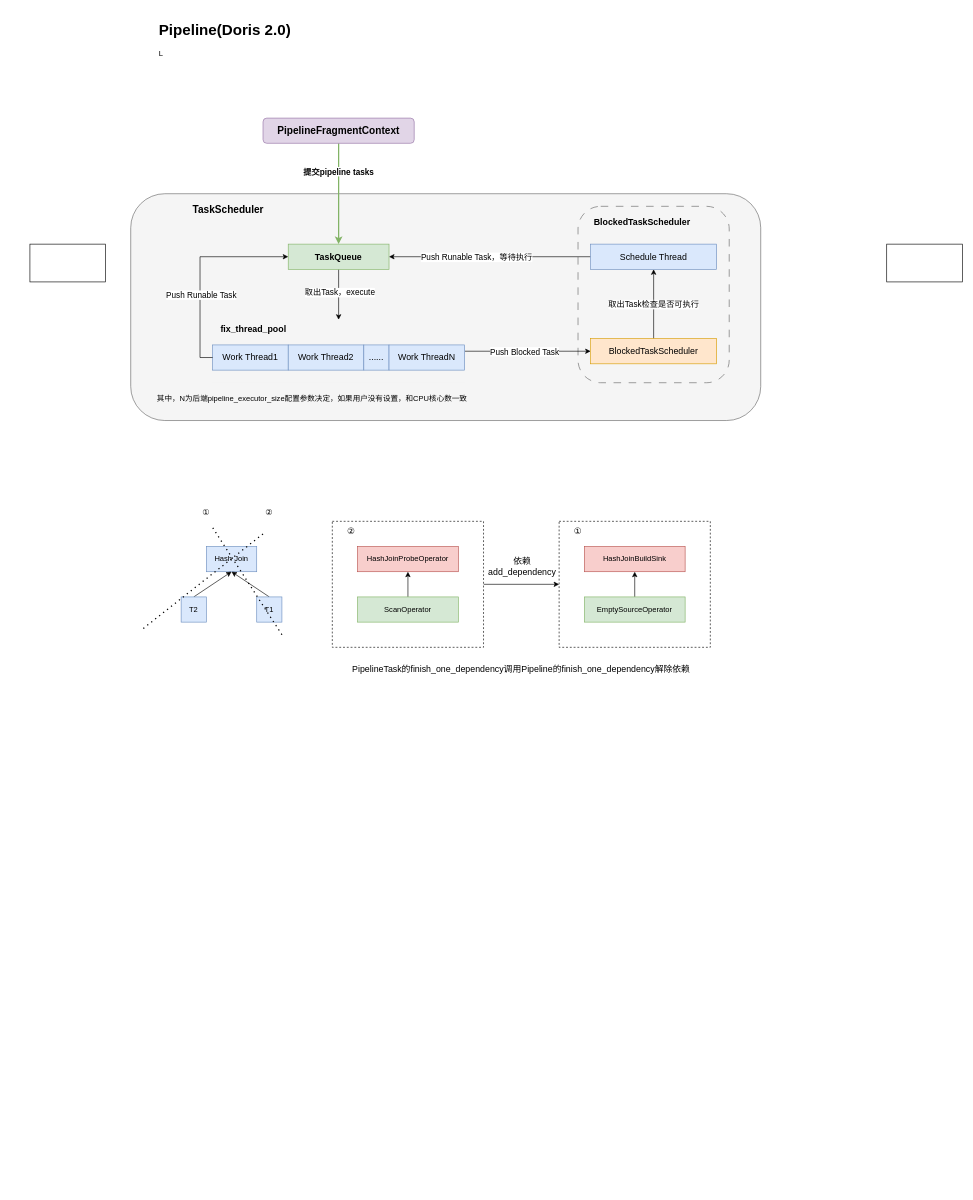
The draw.io diagram page "Doris" (13 of 13) of Draw.io/DB.drawio in DepInjoy/geektime, before the edit. Source tidied: cells renumbered, new cells numbered last; positions are measured from the earlier drawing's top-left corner, leaving out a move shared by most shapes. Both pictures are drawn from the tidied source at 63%, with x=0, y=0 at pixel (30, 17).
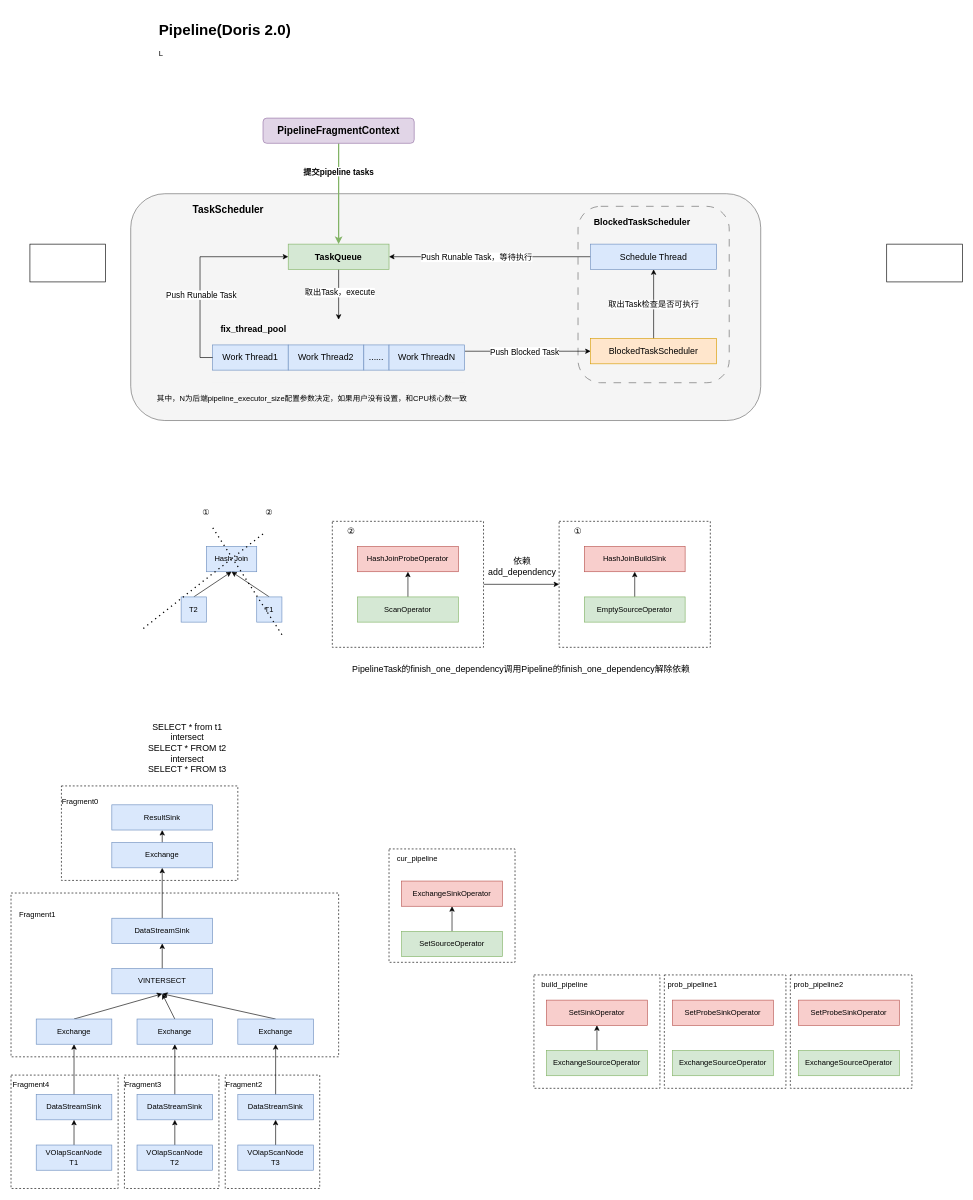
The same diagram, later.

Diff of the diagram source:
```diff
@@
+    <mxCell id="56" style="rounded=0;whiteSpace=wrap;html=1;dashed=1;" parent="1" vertex="1">
+      <mxGeometry x="570" y="1320" width="200" height="180" as="geometry" />
+    </mxCell>
+    <mxCell id="57" style="rounded=0;whiteSpace=wrap;html=1;dashed=1;" parent="1" vertex="1">
+      <mxGeometry x="1207" y="1520" width="193" height="180" as="geometry" />
+    </mxCell>
+    <mxCell id="58" style="rounded=0;whiteSpace=wrap;html=1;dashed=1;" parent="1" vertex="1">
+      <mxGeometry x="1007" y="1520" width="193" height="180" as="geometry" />
+    </mxCell>
+    <mxCell id="59" style="rounded=0;whiteSpace=wrap;html=1;dashed=1;" parent="1" vertex="1">
+      <mxGeometry x="800" y="1520" width="200" height="180" as="geometry" />
+    </mxCell>
+    <mxCell id="60" style="rounded=0;whiteSpace=wrap;html=1;dashed=1;" parent="1" vertex="1">
+      <mxGeometry x="50" y="1220" width="280" height="150" as="geometry" />
+    </mxCell>
+    <mxCell id="61" style="rounded=0;whiteSpace=wrap;html=1;dashed=1;" parent="1" vertex="1">
+      <mxGeometry x="310" y="1679" width="150" height="180" as="geometry" />
+    </mxCell>
+    <mxCell id="62" style="rounded=0;whiteSpace=wrap;html=1;dashed=1;" parent="1" vertex="1">
+      <mxGeometry x="150" y="1679" width="150" height="180" as="geometry" />
+    </mxCell>
+    <mxCell id="63" style="rounded=0;whiteSpace=wrap;html=1;dashed=1;" parent="1" vertex="1">
+      <mxGeometry x="-30" y="1390" width="520" height="260" as="geometry" />
+    </mxCell>
+    <mxCell id="64" style="rounded=0;whiteSpace=wrap;html=1;dashed=1;" parent="1" vertex="1">
+      <mxGeometry x="-30" y="1679" width="170" height="180" as="geometry" />
+    </mxCell>
@@
+    <mxCell id="65" style="edgeStyle=orthogonalEdgeStyle;rounded=0;jettySize=auto;html=1;exitX=0.5;exitY=0;exitDx=0;exitDy=0;" parent="1" edge="1" source="66" target="97">
+      <mxGeometry relative="1" as="geometry" />
+    </mxCell>
+    <mxCell id="66" value="VINTERSECT" style="rounded=0;whiteSpace=wrap;html=1;fillColor=#dae8fc;strokeColor=#6c8ebf;" parent="1" vertex="1">
+      <mxGeometry x="130" y="1510" width="160" height="40" as="geometry" />
+    </mxCell>
+    <mxCell id="67" style="edgeStyle=orthogonalEdgeStyle;rounded=0;jettySize=auto;html=1;exitX=0.5;exitY=0;exitDx=0;exitDy=0;entryX=0.5;entryY=1;entryDx=0;entryDy=0;" parent="1" edge="1" source="68" target="74">
+      <mxGeometry relative="1" as="geometry" />
+    </mxCell>
+    <mxCell id="68" value="DataStreamSink" style="rounded=0;whiteSpace=wrap;html=1;fillColor=#dae8fc;strokeColor=#6c8ebf;" parent="1" vertex="1">
+      <mxGeometry x="10" y="1710" width="120" height="40" as="geometry" />
+    </mxCell>
+    <mxCell id="69" style="rounded=0;jettySize=auto;html=1;exitX=0.5;exitY=0;exitDx=0;exitDy=0;" parent="1" edge="1" source="70">
+      <mxGeometry relative="1" as="geometry">
+        <mxPoint x="210" y="1550" as="targetPoint" />
+      </mxGeometry>
+    </mxCell>
+    <mxCell id="70" value="Exchange" style="rounded=0;whiteSpace=wrap;html=1;fillColor=#dae8fc;strokeColor=#6c8ebf;" parent="1" vertex="1">
+      <mxGeometry x="170" y="1590" width="120" height="40" as="geometry" />
+    </mxCell>
+    <mxCell id="71" style="rounded=0;jettySize=auto;html=1;exitX=0.5;exitY=0;exitDx=0;exitDy=0;entryX=0.5;entryY=1;entryDx=0;entryDy=0;" parent="1" edge="1" source="72" target="66">
+      <mxGeometry relative="1" as="geometry" />
+    </mxCell>
+    <mxCell id="72" value="Exchange" style="rounded=0;whiteSpace=wrap;html=1;fillColor=#dae8fc;strokeColor=#6c8ebf;" parent="1" vertex="1">
+      <mxGeometry x="330" y="1590" width="120" height="40" as="geometry" />
+    </mxCell>
+    <mxCell id="73" style="rounded=0;jettySize=auto;html=1;exitX=0.5;exitY=0;exitDx=0;exitDy=0;entryX=0.5;entryY=1;entryDx=0;entryDy=0;" parent="1" edge="1" source="74" target="66">
+      <mxGeometry relative="1" as="geometry" />
+    </mxCell>
+    <mxCell id="74" value="Exchange" style="rounded=0;whiteSpace=wrap;html=1;fillColor=#dae8fc;strokeColor=#6c8ebf;" parent="1" vertex="1">
+      <mxGeometry x="10" y="1590" width="120" height="40" as="geometry" />
+    </mxCell>
+    <mxCell id="75" style="edgeStyle=orthogonalEdgeStyle;rounded=0;jettySize=auto;html=1;exitX=0.5;exitY=0;exitDx=0;exitDy=0;entryX=0.5;entryY=1;entryDx=0;entryDy=0;" parent="1" edge="1" source="76" target="68">
+      <mxGeometry relative="1" as="geometry" />
+    </mxCell>
+    <mxCell id="76" value="VOlapScanNode&lt;br&gt;T1" style="rounded=0;whiteSpace=wrap;html=1;fillColor=#dae8fc;strokeColor=#6c8ebf;" parent="1" vertex="1">
+      <mxGeometry x="10" y="1790" width="120" height="40" as="geometry" />
+    </mxCell>
+    <mxCell id="77" style="edgeStyle=orthogonalEdgeStyle;rounded=0;jettySize=auto;html=1;exitX=0.5;exitY=0;exitDx=0;exitDy=0;entryX=0.5;entryY=1;entryDx=0;entryDy=0;" parent="1" edge="1" source="78" target="70">
+      <mxGeometry relative="1" as="geometry" />
+    </mxCell>
+    <mxCell id="78" value="DataStreamSink" style="rounded=0;whiteSpace=wrap;html=1;fillColor=#dae8fc;strokeColor=#6c8ebf;" parent="1" vertex="1">
+      <mxGeometry x="170" y="1710" width="120" height="40" as="geometry" />
+    </mxCell>
+    <mxCell id="79" style="edgeStyle=orthogonalEdgeStyle;rounded=0;jettySize=auto;html=1;exitX=0.5;exitY=0;exitDx=0;exitDy=0;" parent="1" edge="1" source="80" target="78">
+      <mxGeometry relative="1" as="geometry" />
+    </mxCell>
+    <mxCell id="80" value="VOlapScanNode&lt;br&gt;T2" style="rounded=0;whiteSpace=wrap;html=1;fillColor=#dae8fc;strokeColor=#6c8ebf;" parent="1" vertex="1">
+      <mxGeometry x="170" y="1790" width="120" height="40" as="geometry" />
+    </mxCell>
+    <mxCell id="81" style="edgeStyle=orthogonalEdgeStyle;rounded=0;jettySize=auto;html=1;exitX=0.5;exitY=0;exitDx=0;exitDy=0;" parent="1" edge="1" source="82" target="72">
+      <mxGeometry relative="1" as="geometry" />
+    </mxCell>
+    <mxCell id="82" value="DataStreamSink" style="rounded=0;whiteSpace=wrap;html=1;fillColor=#dae8fc;strokeColor=#6c8ebf;" parent="1" vertex="1">
+      <mxGeometry x="330" y="1710" width="120" height="40" as="geometry" />
+    </mxCell>
+    <mxCell id="83" style="edgeStyle=orthogonalEdgeStyle;rounded=0;jettySize=auto;html=1;exitX=0.5;exitY=0;exitDx=0;exitDy=0;entryX=0.5;entryY=1;entryDx=0;entryDy=0;" parent="1" edge="1" source="84" target="82">
+      <mxGeometry relative="1" as="geometry" />
+    </mxCell>
+    <mxCell id="84" value="VOlapScanNode&lt;br&gt;T3" style="rounded=0;whiteSpace=wrap;html=1;fillColor=#dae8fc;strokeColor=#6c8ebf;" parent="1" vertex="1">
+      <mxGeometry x="330" y="1790" width="120" height="40" as="geometry" />
+    </mxCell>
+    <mxCell id="85" value="Fragment0" style="text;html=1;strokeColor=none;fillColor=none;align=center;verticalAlign=middle;whiteSpace=wrap;rounded=0;" parent="1" vertex="1">
+      <mxGeometry x="50" y="1230" width="60" height="30" as="geometry" />
+    </mxCell>
+    <mxCell id="86" value="Fragment4" style="text;html=1;strokeColor=none;fillColor=none;align=center;verticalAlign=middle;whiteSpace=wrap;rounded=0;" parent="1" vertex="1">
+      <mxGeometry x="-28" y="1680" width="60" height="30" as="geometry" />
+    </mxCell>
+    <mxCell id="87" value="Fragment3" style="text;html=1;strokeColor=none;fillColor=none;align=center;verticalAlign=middle;whiteSpace=wrap;rounded=0;" parent="1" vertex="1">
+      <mxGeometry x="150" y="1679" width="60" height="30" as="geometry" />
+    </mxCell>
+    <mxCell id="88" value="Fragment2" style="text;html=1;strokeColor=none;fillColor=none;align=center;verticalAlign=middle;whiteSpace=wrap;rounded=0;" parent="1" vertex="1">
+      <mxGeometry x="310" y="1680" width="60" height="30" as="geometry" />
+    </mxCell>
+    <mxCell id="89" value="SetSinkOperator" style="rounded=0;whiteSpace=wrap;html=1;fillColor=#f8cecc;strokeColor=#b85450;" parent="1" vertex="1">
+      <mxGeometry x="820" y="1560" width="160" height="40" as="geometry" />
+    </mxCell>
+    <mxCell id="90" style="edgeStyle=orthogonalEdgeStyle;rounded=0;jettySize=auto;html=1;exitX=0.5;exitY=0;exitDx=0;exitDy=0;entryX=0.5;entryY=1;entryDx=0;entryDy=0;" parent="1" edge="1" source="91" target="89">
+      <mxGeometry relative="1" as="geometry" />
+    </mxCell>
+    <mxCell id="91" value="ExchangeSourceOperator" style="rounded=0;whiteSpace=wrap;html=1;fillColor=#d5e8d4;strokeColor=#82b366;" parent="1" vertex="1">
+      <mxGeometry x="820" y="1640" width="160" height="40" as="geometry" />
+    </mxCell>
+    <mxCell id="92" value="SetProbeSinkOperator" style="rounded=0;whiteSpace=wrap;html=1;fillColor=#f8cecc;strokeColor=#b85450;" parent="1" vertex="1">
+      <mxGeometry x="1020" y="1560" width="160" height="40" as="geometry" />
+    </mxCell>
+    <mxCell id="93" value="ExchangeSourceOperator" style="rounded=0;whiteSpace=wrap;html=1;fillColor=#d5e8d4;strokeColor=#82b366;" parent="1" vertex="1">
+      <mxGeometry x="1020" y="1640" width="160" height="40" as="geometry" />
+    </mxCell>
+    <mxCell id="94" value="SetProbeSinkOperator" style="rounded=0;whiteSpace=wrap;html=1;fillColor=#f8cecc;strokeColor=#b85450;" parent="1" vertex="1">
+      <mxGeometry x="1220" y="1560" width="160" height="40" as="geometry" />
+    </mxCell>
+    <mxCell id="95" value="ExchangeSourceOperator" style="rounded=0;whiteSpace=wrap;html=1;fillColor=#d5e8d4;strokeColor=#82b366;" parent="1" vertex="1">
+      <mxGeometry x="1220" y="1640" width="160" height="40" as="geometry" />
+    </mxCell>
+    <mxCell id="96" style="edgeStyle=orthogonalEdgeStyle;rounded=0;jettySize=auto;html=1;exitX=0.5;exitY=0;exitDx=0;exitDy=0;entryX=0.5;entryY=1;entryDx=0;entryDy=0;" parent="1" edge="1" source="97" target="99">
+      <mxGeometry relative="1" as="geometry" />
+    </mxCell>
+    <mxCell id="97" value="DataStreamSink" style="rounded=0;whiteSpace=wrap;html=1;fillColor=#dae8fc;strokeColor=#6c8ebf;" parent="1" vertex="1">
+      <mxGeometry x="130" y="1430" width="160" height="40" as="geometry" />
+    </mxCell>
+    <mxCell id="98" style="edgeStyle=orthogonalEdgeStyle;rounded=0;jettySize=auto;html=1;exitX=0.5;exitY=0;exitDx=0;exitDy=0;entryX=0.5;entryY=1;entryDx=0;entryDy=0;" parent="1" edge="1" source="99" target="100">
+      <mxGeometry relative="1" as="geometry" />
+    </mxCell>
+    <mxCell id="99" value="Exchange" style="rounded=0;whiteSpace=wrap;html=1;fillColor=#dae8fc;strokeColor=#6c8ebf;" parent="1" vertex="1">
+      <mxGeometry x="130" y="1310" width="160" height="40" as="geometry" />
+    </mxCell>
+    <mxCell id="100" value="ResultSink" style="rounded=0;whiteSpace=wrap;html=1;fillColor=#dae8fc;strokeColor=#6c8ebf;" parent="1" vertex="1">
+      <mxGeometry x="130" y="1250" width="160" height="40" as="geometry" />
+    </mxCell>
+    <mxCell id="101" value="Fragment1" style="text;html=1;strokeColor=none;fillColor=none;align=center;verticalAlign=middle;whiteSpace=wrap;rounded=0;" parent="1" vertex="1">
+      <mxGeometry x="-18" y="1410" width="60" height="30" as="geometry" />
+    </mxCell>
+    <mxCell id="102" style="edgeStyle=orthogonalEdgeStyle;rounded=0;jettySize=auto;html=1;exitX=0.5;exitY=0;exitDx=0;exitDy=0;entryX=0.5;entryY=1;entryDx=0;entryDy=0;" parent="1" edge="1" source="103" target="104">
+      <mxGeometry relative="1" as="geometry" />
+    </mxCell>
+    <mxCell id="103" value="SetSourceOperator" style="rounded=0;whiteSpace=wrap;html=1;fillColor=#d5e8d4;strokeColor=#82b366;" parent="1" vertex="1">
+      <mxGeometry x="590" y="1451" width="160" height="40" as="geometry" />
+    </mxCell>
+    <mxCell id="104" value="ExchangeSinkOperator" style="rounded=0;whiteSpace=wrap;html=1;fillColor=#f8cecc;strokeColor=#b85450;" parent="1" vertex="1">
+      <mxGeometry x="590" y="1371" width="160" height="40" as="geometry" />
+    </mxCell>
+    <mxCell id="105" value="build_pipeline" style="text;html=1;strokeColor=none;fillColor=none;align=center;verticalAlign=middle;whiteSpace=wrap;rounded=0;" parent="1" vertex="1">
+      <mxGeometry x="804" y="1520" width="90" height="30" as="geometry" />
+    </mxCell>
+    <mxCell id="106" value="prob_pipeline1" style="text;html=1;strokeColor=none;fillColor=none;align=center;verticalAlign=middle;whiteSpace=wrap;rounded=0;" parent="1" vertex="1">
+      <mxGeometry x="1007" y="1520" width="90" height="30" as="geometry" />
+    </mxCell>
+    <mxCell id="107" value="prob_pipeline2" style="text;html=1;strokeColor=none;fillColor=none;align=center;verticalAlign=middle;whiteSpace=wrap;rounded=0;" parent="1" vertex="1">
+      <mxGeometry x="1207" y="1520" width="90" height="30" as="geometry" />
+    </mxCell>
+    <mxCell id="108" value="cur_pipeline" style="text;html=1;strokeColor=none;fillColor=none;align=center;verticalAlign=middle;whiteSpace=wrap;rounded=0;" parent="1" vertex="1">
+      <mxGeometry x="570" y="1320" width="90" height="30" as="geometry" />
+    </mxCell>
+    <mxCell id="109" value="&lt;div style=&quot;font-size: 14px;&quot;&gt;&lt;font style=&quot;font-size: 14px;&quot;&gt;SELECT * from t1&lt;/font&gt;&lt;/div&gt;&lt;div style=&quot;font-size: 14px;&quot;&gt;&lt;font style=&quot;font-size: 14px;&quot;&gt;intersect&lt;/font&gt;&lt;/div&gt;&lt;div style=&quot;font-size: 14px;&quot;&gt;&lt;font style=&quot;font-size: 14px;&quot;&gt;SELECT * FROM t2&lt;/font&gt;&lt;/div&gt;&lt;div style=&quot;font-size: 14px;&quot;&gt;&lt;font style=&quot;font-size: 14px;&quot;&gt;intersect&lt;/font&gt;&lt;/div&gt;&lt;div style=&quot;font-size: 14px;&quot;&gt;&lt;font style=&quot;font-size: 14px;&quot;&gt;SELECT * FROM t3&lt;/font&gt;&lt;/div&gt;" style="text;html=1;strokeColor=none;fillColor=none;align=center;verticalAlign=middle;whiteSpace=wrap;rounded=0;" parent="1" vertex="1">
+      <mxGeometry x="50" y="1120" width="400" height="80" as="geometry" />
+    </mxCell>
```
